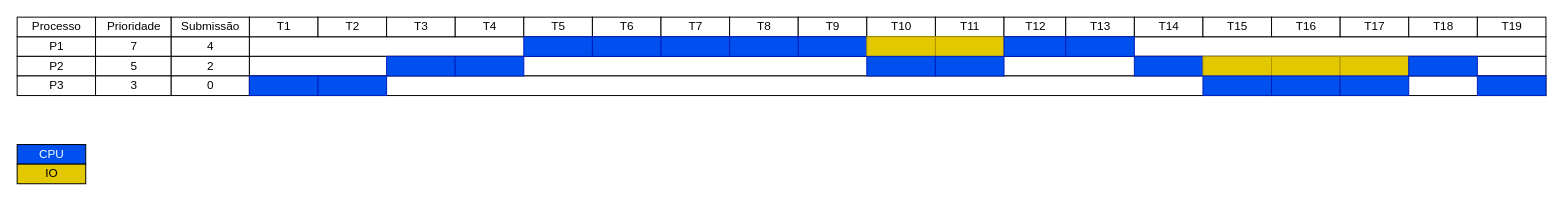
This is page "Prio-Preemp" (4 of 9) of Lab4/GrantChart.drawio from Victor-Briganti/SistemasOperacionais, a draw.io file, before an edit. Source tidied: cells renumbered, new cells numbered last; positions are measured from the earlier drawing's top-left corner, leaving out a move shared by most shapes. Both pictures are drawn from the tidied source at 98%, with x=0, y=0 at pixel (17, 17).
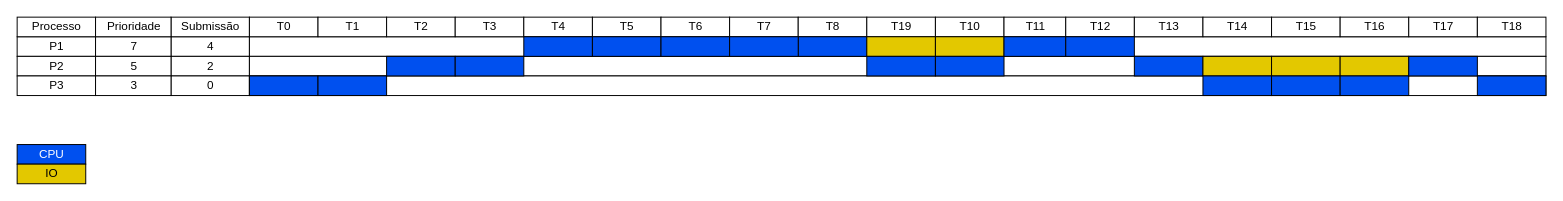
Above is the later version.

What changed in the source:
```diff
@@
-    <mxCell id="5" value="Submissão" style="strokeWidth=1;fontStyle=0;html=1;" parent="1" vertex="1">
+    <mxCell id="5" value="Submissão" style="strokeWidth=1;fontStyle=0;html=1;strokeColor=#000000;" parent="1" vertex="1">
       <mxGeometry x="157" width="80" height="20" as="geometry" />
     </mxCell>
@@
-    <mxCell id="7" value="T1" style="strokeWidth=1;fontStyle=0;html=1;" parent="1" vertex="1">
+    <mxCell id="7" value="T0" style="strokeWidth=1;fontStyle=0;html=1;strokeColor=#000000;" parent="1" vertex="1">
       <mxGeometry x="237" width="70" height="20" as="geometry" />
     </mxCell>
-    <mxCell id="8" value="T2" style="strokeWidth=1;fontStyle=0;html=1;" parent="1" vertex="1">
+    <mxCell id="8" value="T1" style="strokeWidth=1;fontStyle=0;html=1;strokeColor=#000000;" parent="1" vertex="1">
       <mxGeometry x="307" width="70" height="20" as="geometry" />
     </mxCell>
-    <mxCell id="9" value="T3" style="strokeWidth=1;fontStyle=0;html=1;" parent="1" vertex="1">
+    <mxCell id="9" value="T2" style="strokeWidth=1;fontStyle=0;html=1;strokeColor=#000000;" parent="1" vertex="1">
       <mxGeometry x="377" width="70" height="20" as="geometry" />
     </mxCell>
-    <mxCell id="10" value="T4" style="strokeWidth=1;fontStyle=0;html=1;" parent="1" vertex="1">
+    <mxCell id="10" value="T3" style="strokeWidth=1;fontStyle=0;html=1;strokeColor=#000000;" parent="1" vertex="1">
       <mxGeometry x="447" width="70" height="20" as="geometry" />
     </mxCell>
-    <mxCell id="11" value="T5" style="strokeWidth=1;fontStyle=0;html=1;" parent="1" vertex="1">
+    <mxCell id="11" value="T4" style="strokeWidth=1;fontStyle=0;html=1;strokeColor=#000000;" parent="1" vertex="1">
       <mxGeometry x="517" width="70" height="20" as="geometry" />
     </mxCell>
-    <mxCell id="12" value="T6" style="strokeWidth=1;fontStyle=0;html=1;" parent="1" vertex="1">
+    <mxCell id="12" value="T5" style="strokeWidth=1;fontStyle=0;html=1;strokeColor=#000000;" parent="1" vertex="1">
       <mxGeometry x="587" width="70" height="20" as="geometry" />
     </mxCell>
-    <mxCell id="13" value="T7" style="strokeWidth=1;fontStyle=0;html=1;" parent="1" vertex="1">
+    <mxCell id="13" value="T6" style="strokeWidth=1;fontStyle=0;html=1;strokeColor=#000000;" parent="1" vertex="1">
       <mxGeometry x="657" width="70" height="20" as="geometry" />
     </mxCell>
-    <mxCell id="14" value="T8" style="strokeWidth=1;fontStyle=0;html=1;" parent="1" vertex="1">
+    <mxCell id="14" value="T7" style="strokeWidth=1;fontStyle=0;html=1;strokeColor=#000000;" parent="1" vertex="1">
       <mxGeometry x="727" width="70" height="20" as="geometry" />
     </mxCell>
-    <mxCell id="15" value="T9" style="strokeWidth=1;fontStyle=0;html=1;" parent="1" vertex="1">
+    <mxCell id="15" value="T8" style="strokeWidth=1;fontStyle=0;html=1;strokeColor=#000000;" parent="1" vertex="1">
       <mxGeometry x="797" width="70" height="20" as="geometry" />
     </mxCell>
-    <mxCell id="16" value="T10" style="strokeWidth=1;fontStyle=0;html=1;" parent="1" vertex="1">
+    <mxCell id="16" value="T19" style="strokeWidth=1;fontStyle=0;html=1;strokeColor=#000000;" parent="1" vertex="1">
       <mxGeometry x="867" width="70" height="20" as="geometry" />
     </mxCell>
-    <mxCell id="17" value="T11" style="strokeWidth=1;fontStyle=0;html=1;" parent="1" vertex="1">
+    <mxCell id="17" value="T10" style="strokeWidth=1;fontStyle=0;html=1;strokeColor=#000000;" parent="1" vertex="1">
       <mxGeometry x="937" width="70" height="20" as="geometry" />
     </mxCell>
-    <mxCell id="18" value="T12" style="strokeWidth=1;fontStyle=0;html=1;" parent="1" vertex="1">
+    <mxCell id="18" value="T11" style="strokeWidth=1;fontStyle=0;html=1;strokeColor=#000000;" parent="1" vertex="1">
       <mxGeometry x="1007" width="63" height="20" as="geometry" />
     </mxCell>
@@
-    <mxCell id="24" value="Processo" style="strokeWidth=1;fontStyle=0;html=1;" parent="1" vertex="1">
+    <mxCell id="24" value="Processo" style="strokeWidth=1;fontStyle=0;html=1;strokeColor=#000000;" parent="1" vertex="1">
       <mxGeometry width="80" height="20" as="geometry" />
     </mxCell>
@@
-    <mxCell id="28" value="Prioridade" style="strokeWidth=1;fontStyle=0;html=1;" parent="1" vertex="1">
+    <mxCell id="28" value="Prioridade" style="strokeWidth=1;fontStyle=0;html=1;strokeColor=#000000;" parent="1" vertex="1">
       <mxGeometry x="80" width="77" height="20" as="geometry" />
     </mxCell>
-    <mxCell id="29" value="T13" style="strokeWidth=1;fontStyle=0;html=1;" parent="1" vertex="1">
+    <mxCell id="29" value="T12" style="strokeWidth=1;fontStyle=0;html=1;strokeColor=#000000;" parent="1" vertex="1">
       <mxGeometry x="1070" width="70" height="20" as="geometry" />
     </mxCell>
-    <mxCell id="30" value="T14" style="strokeWidth=1;fontStyle=0;html=1;" parent="1" vertex="1">
+    <mxCell id="30" value="T13" style="strokeWidth=1;fontStyle=0;html=1;strokeColor=#000000;" parent="1" vertex="1">
       <mxGeometry x="1140" width="70" height="20" as="geometry" />
     </mxCell>
-    <mxCell id="31" value="T15" style="strokeWidth=1;fontStyle=0;html=1;" parent="1" vertex="1">
+    <mxCell id="31" value="T14" style="strokeWidth=1;fontStyle=0;html=1;strokeColor=#000000;" parent="1" vertex="1">
       <mxGeometry x="1210" width="70" height="20" as="geometry" />
     </mxCell>
-    <mxCell id="32" value="T16" style="strokeWidth=1;fontStyle=0;html=1;" parent="1" vertex="1">
+    <mxCell id="32" value="T15" style="strokeWidth=1;fontStyle=0;html=1;strokeColor=#000000;" parent="1" vertex="1">
       <mxGeometry x="1280" width="70" height="20" as="geometry" />
     </mxCell>
-    <mxCell id="33" value="T17" style="strokeWidth=1;fontStyle=0;html=1;" parent="1" vertex="1">
+    <mxCell id="33" value="T16" style="strokeWidth=1;fontStyle=0;html=1;strokeColor=#000000;" parent="1" vertex="1">
       <mxGeometry x="1350" width="70" height="20" as="geometry" />
     </mxCell>
-    <mxCell id="34" value="T18" style="strokeWidth=1;fontStyle=0;html=1;" parent="1" vertex="1">
+    <mxCell id="34" value="T17" style="strokeWidth=1;fontStyle=0;html=1;strokeColor=#000000;" parent="1" vertex="1">
       <mxGeometry x="1420" width="70" height="20" as="geometry" />
     </mxCell>
-    <mxCell id="35" value="T19" style="strokeWidth=1;fontStyle=0;html=1;" parent="1" vertex="1">
+    <mxCell id="35" value="T18" style="strokeWidth=1;fontStyle=0;html=1;strokeColor=#000000;" parent="1" vertex="1">
       <mxGeometry x="1490" width="70" height="20" as="geometry" />
     </mxCell>
@@
-    <mxCell id="38" style="strokeWidth=1;fontStyle=0;html=1;fillColor=#0050ef;fontColor=#ffffff;strokeColor=#001DBC;" parent="1" vertex="1">
+    <mxCell id="38" style="strokeWidth=1;fontStyle=0;html=1;fillColor=#0050ef;fontColor=#ffffff;strokeColor=#000000;" parent="1" vertex="1">
       <mxGeometry x="237" y="60" width="70" height="20" as="geometry" />
     </mxCell>
-    <mxCell id="39" style="strokeWidth=1;fontStyle=0;html=1;fillColor=#0050ef;fontColor=#ffffff;strokeColor=#001DBC;" parent="1" vertex="1">
+    <mxCell id="39" style="strokeWidth=1;fontStyle=0;html=1;fillColor=#0050ef;fontColor=#ffffff;strokeColor=#000000;" parent="1" vertex="1">
       <mxGeometry x="307" y="60" width="70" height="20" as="geometry" />
     </mxCell>
-    <mxCell id="40" style="strokeWidth=1;fontStyle=0;html=1;fillColor=#0050ef;fontColor=#ffffff;strokeColor=#001DBC;" parent="1" vertex="1">
+    <mxCell id="40" style="strokeWidth=1;fontStyle=0;html=1;fillColor=#0050ef;fontColor=#ffffff;strokeColor=#000000;" parent="1" vertex="1">
       <mxGeometry x="377" y="40" width="70" height="20" as="geometry" />
     </mxCell>
-    <mxCell id="41" style="strokeWidth=1;fontStyle=0;html=1;fillColor=#0050ef;fontColor=#ffffff;strokeColor=#001DBC;" parent="1" vertex="1">
+    <mxCell id="41" style="strokeWidth=1;fontStyle=0;html=1;fillColor=#0050ef;fontColor=#ffffff;strokeColor=#000000;" parent="1" vertex="1">
       <mxGeometry x="447" y="40" width="70" height="20" as="geometry" />
     </mxCell>
-    <mxCell id="42" style="strokeWidth=1;fontStyle=0;html=1;fillColor=#0050ef;fontColor=#ffffff;strokeColor=#001DBC;" parent="1" vertex="1">
+    <mxCell id="42" style="strokeWidth=1;fontStyle=0;html=1;fillColor=#0050ef;fontColor=#ffffff;strokeColor=#000000;" parent="1" vertex="1">
       <mxGeometry x="517" y="20" width="70" height="20" as="geometry" />
     </mxCell>
-    <mxCell id="43" style="strokeWidth=1;fontStyle=0;html=1;fillColor=#0050ef;fontColor=#ffffff;strokeColor=#001DBC;" parent="1" vertex="1">
+    <mxCell id="43" style="strokeWidth=1;fontStyle=0;html=1;fillColor=#0050ef;fontColor=#ffffff;strokeColor=#000000;" parent="1" vertex="1">
       <mxGeometry x="587" y="20" width="70" height="20" as="geometry" />
     </mxCell>
-    <mxCell id="44" style="strokeWidth=1;fontStyle=0;html=1;fillColor=#0050ef;fontColor=#ffffff;strokeColor=#001DBC;" parent="1" vertex="1">
+    <mxCell id="44" style="strokeWidth=1;fontStyle=0;html=1;fillColor=#0050ef;fontColor=#ffffff;strokeColor=#000000;" parent="1" vertex="1">
       <mxGeometry x="657" y="20" width="70" height="20" as="geometry" />
     </mxCell>
-    <mxCell id="45" style="strokeWidth=1;fontStyle=0;html=1;fillColor=#0050ef;fontColor=#ffffff;strokeColor=#001DBC;" parent="1" vertex="1">
+    <mxCell id="45" style="strokeWidth=1;fontStyle=0;html=1;fillColor=#0050ef;fontColor=#ffffff;strokeColor=#000000;" parent="1" vertex="1">
       <mxGeometry x="797" y="20" width="70" height="20" as="geometry" />
     </mxCell>
-    <mxCell id="46" style="strokeWidth=1;fontStyle=0;html=1;fillColor=#0050ef;fontColor=#ffffff;strokeColor=#001DBC;" parent="1" vertex="1">
+    <mxCell id="46" style="strokeWidth=1;fontStyle=0;html=1;fillColor=#0050ef;fontColor=#ffffff;strokeColor=#000000;" parent="1" vertex="1">
       <mxGeometry x="727" y="20" width="70" height="20" as="geometry" />
     </mxCell>
-    <mxCell id="47" style="strokeWidth=1;fontStyle=0;html=1;fillColor=#e3c800;fontColor=#000000;strokeColor=#B09500;" parent="1" vertex="1">
+    <mxCell id="47" style="strokeWidth=1;fontStyle=0;html=1;fillColor=#e3c800;fontColor=#000000;strokeColor=#000000;" parent="1" vertex="1">
       <mxGeometry x="867" y="20" width="70" height="20" as="geometry" />
     </mxCell>
-    <mxCell id="48" style="strokeWidth=1;fontStyle=0;html=1;fillColor=#e3c800;fontColor=#000000;strokeColor=#B09500;" parent="1" vertex="1">
+    <mxCell id="48" style="strokeWidth=1;fontStyle=0;html=1;fillColor=#e3c800;fontColor=#000000;strokeColor=#000000;" parent="1" vertex="1">
       <mxGeometry x="937" y="20" width="70" height="20" as="geometry" />
     </mxCell>
-    <mxCell id="49" style="strokeWidth=1;fontStyle=0;html=1;fillColor=#0050ef;fontColor=#ffffff;strokeColor=#001DBC;" parent="1" vertex="1">
+    <mxCell id="49" style="strokeWidth=1;fontStyle=0;html=1;fillColor=#0050ef;fontColor=#ffffff;strokeColor=#000000;" parent="1" vertex="1">
       <mxGeometry x="867" y="40" width="70" height="20" as="geometry" />
     </mxCell>
-    <mxCell id="50" style="strokeWidth=1;fontStyle=0;html=1;fillColor=#0050ef;fontColor=#ffffff;strokeColor=#001DBC;" parent="1" vertex="1">
+    <mxCell id="50" style="strokeWidth=1;fontStyle=0;html=1;fillColor=#0050ef;fontColor=#ffffff;strokeColor=#000000;" parent="1" vertex="1">
       <mxGeometry x="937" y="40" width="70" height="20" as="geometry" />
     </mxCell>
-    <mxCell id="51" style="strokeWidth=1;fontStyle=0;html=1;fillColor=#0050ef;fontColor=#ffffff;strokeColor=#001DBC;" parent="1" vertex="1">
+    <mxCell id="51" style="strokeWidth=1;fontStyle=0;html=1;fillColor=#0050ef;fontColor=#ffffff;strokeColor=#000000;" parent="1" vertex="1">
       <mxGeometry x="1007" y="20" width="63" height="20" as="geometry" />
     </mxCell>
-    <mxCell id="52" style="strokeWidth=1;fontStyle=0;html=1;fillColor=#0050ef;fontColor=#ffffff;strokeColor=#001DBC;" parent="1" vertex="1">
+    <mxCell id="52" style="strokeWidth=1;fontStyle=0;html=1;fillColor=#0050ef;fontColor=#ffffff;strokeColor=#000000;" parent="1" vertex="1">
       <mxGeometry x="1070" y="20" width="70" height="20" as="geometry" />
     </mxCell>
-    <mxCell id="53" style="strokeWidth=1;fontStyle=0;html=1;fillColor=#0050ef;fontColor=#ffffff;strokeColor=#001DBC;" parent="1" vertex="1">
+    <mxCell id="53" style="strokeWidth=1;fontStyle=0;html=1;fillColor=#0050ef;fontColor=#ffffff;strokeColor=#000000;" parent="1" vertex="1">
       <mxGeometry x="1140" y="40" width="70" height="20" as="geometry" />
     </mxCell>
-    <mxCell id="54" style="strokeWidth=1;fontStyle=0;html=1;fillColor=#e3c800;fontColor=#000000;strokeColor=#B09500;" parent="1" vertex="1">
+    <mxCell id="54" style="strokeWidth=1;fontStyle=0;html=1;fillColor=#e3c800;fontColor=#000000;strokeColor=#000000;" parent="1" vertex="1">
       <mxGeometry x="1210" y="40" width="70" height="20" as="geometry" />
     </mxCell>
-    <mxCell id="55" style="strokeWidth=1;fontStyle=0;html=1;fillColor=#e3c800;fontColor=#000000;strokeColor=#B09500;" parent="1" vertex="1">
+    <mxCell id="55" style="strokeWidth=1;fontStyle=0;html=1;fillColor=#e3c800;fontColor=#000000;strokeColor=#000000;" parent="1" vertex="1">
       <mxGeometry x="1280" y="40" width="70" height="20" as="geometry" />
     </mxCell>
-    <mxCell id="56" style="strokeWidth=1;fontStyle=0;html=1;fillColor=#e3c800;fontColor=#000000;strokeColor=#B09500;" parent="1" vertex="1">
+    <mxCell id="56" style="strokeWidth=1;fontStyle=0;html=1;fillColor=#e3c800;fontColor=#000000;strokeColor=#000000;" parent="1" vertex="1">
       <mxGeometry x="1350" y="40" width="70" height="20" as="geometry" />
     </mxCell>
-    <mxCell id="57" style="strokeWidth=1;fontStyle=0;html=1;fillColor=#0050ef;fontColor=#ffffff;strokeColor=#001DBC;" parent="1" vertex="1">
+    <mxCell id="57" style="strokeWidth=1;fontStyle=0;html=1;fillColor=#0050ef;fontColor=#ffffff;strokeColor=#000000;" parent="1" vertex="1">
       <mxGeometry x="1210" y="60" width="70" height="20" as="geometry" />
     </mxCell>
-    <mxCell id="58" style="strokeWidth=1;fontStyle=0;html=1;fillColor=#0050ef;fontColor=#ffffff;strokeColor=#001DBC;" parent="1" vertex="1">
+    <mxCell id="58" style="strokeWidth=1;fontStyle=0;html=1;fillColor=#0050ef;fontColor=#ffffff;strokeColor=#000000;" parent="1" vertex="1">
       <mxGeometry x="1280" y="60" width="70" height="20" as="geometry" />
     </mxCell>
-    <mxCell id="59" style="strokeWidth=1;fontStyle=0;html=1;fillColor=#0050ef;fontColor=#ffffff;strokeColor=#001DBC;" parent="1" vertex="1">
+    <mxCell id="59" style="strokeWidth=1;fontStyle=0;html=1;fillColor=#0050ef;fontColor=#ffffff;strokeColor=#000000;" parent="1" vertex="1">
       <mxGeometry x="1350" y="60" width="70" height="20" as="geometry" />
     </mxCell>
-    <mxCell id="60" style="strokeWidth=1;fontStyle=0;html=1;fillColor=#0050ef;fontColor=#ffffff;strokeColor=#001DBC;" parent="1" vertex="1">
+    <mxCell id="60" style="strokeWidth=1;fontStyle=0;html=1;fillColor=#0050ef;fontColor=#ffffff;strokeColor=#000000;" parent="1" vertex="1">
       <mxGeometry x="1420" y="40" width="70" height="20" as="geometry" />
     </mxCell>
-    <mxCell id="61" style="strokeWidth=1;fontStyle=0;html=1;fillColor=#0050ef;fontColor=#ffffff;strokeColor=#001DBC;" parent="1" vertex="1">
+    <mxCell id="61" style="strokeWidth=1;fontStyle=0;html=1;fillColor=#0050ef;fontColor=#ffffff;strokeColor=#000000;" parent="1" vertex="1">
       <mxGeometry x="1490" y="60" width="70" height="20" as="geometry" />
     </mxCell>
```
